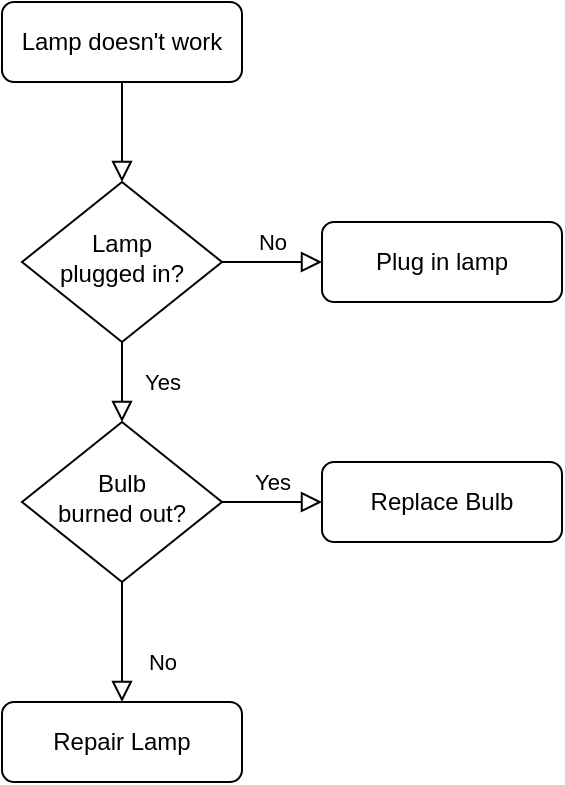
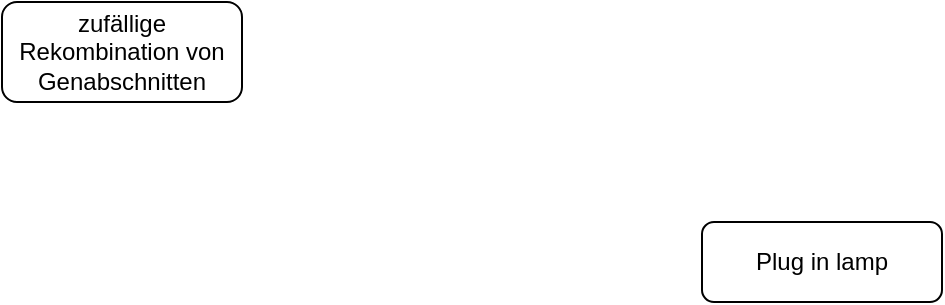
<mxfile host="app.diagrams.net">
  <diagram id="C5RBs43oDa-KdzZeNtuy" name="Page-1">
-     <mxGraphModel dx="1223" dy="898" grid="1" gridSize="10" guides="1" tooltips="1" connect="1" arrows="1" fold="1" page="1" pageScale="1" pageWidth="827" pageHeight="1169" math="0" shadow="0">
+     <mxGraphModel dx="845" dy="524" grid="1" gridSize="10" guides="1" tooltips="1" connect="1" arrows="1" fold="1" page="1" pageScale="1" pageWidth="827" pageHeight="1169" math="0" shadow="0">
      <root>
        <mxCell id="WIyWlLk6GJQsqaUBKTNV-0" />
        <mxCell id="WIyWlLk6GJQsqaUBKTNV-1" parent="WIyWlLk6GJQsqaUBKTNV-0" />
-         <mxCell id="WIyWlLk6GJQsqaUBKTNV-2" value="" style="rounded=0;html=1;jettySize=auto;orthogonalLoop=1;fontSize=11;endArrow=block;endFill=0;endSize=8;strokeWidth=1;shadow=0;labelBackgroundColor=none;edgeStyle=orthogonalEdgeStyle;" parent="WIyWlLk6GJQsqaUBKTNV-1" source="WIyWlLk6GJQsqaUBKTNV-3" target="WIyWlLk6GJQsqaUBKTNV-6" edge="1">
-           <mxGeometry relative="1" as="geometry" />
+         <mxCell id="WIyWlLk6GJQsqaUBKTNV-3" parent="WIyWlLk6GJQsqaUBKTNV-1" style="rounded=1;whiteSpace=wrap;html=1;fontSize=12;glass=0;strokeWidth=1;shadow=0;" value="&lt;div&gt;zufällige Rekombination von Genabschnitten&lt;/div&gt;" vertex="1">
+           <mxGeometry height="50" width="120" x="160" y="80" as="geometry" />
        </mxCell>
-         <mxCell id="WIyWlLk6GJQsqaUBKTNV-3" value="Lamp doesn&#39;t work" style="rounded=1;whiteSpace=wrap;html=1;fontSize=12;glass=0;strokeWidth=1;shadow=0;" parent="WIyWlLk6GJQsqaUBKTNV-1" vertex="1">
-           <mxGeometry x="160" y="80" width="120" height="40" as="geometry" />
-         </mxCell>
-         <mxCell id="WIyWlLk6GJQsqaUBKTNV-4" value="Yes" style="rounded=0;html=1;jettySize=auto;orthogonalLoop=1;fontSize=11;endArrow=block;endFill=0;endSize=8;strokeWidth=1;shadow=0;labelBackgroundColor=none;edgeStyle=orthogonalEdgeStyle;" parent="WIyWlLk6GJQsqaUBKTNV-1" source="WIyWlLk6GJQsqaUBKTNV-6" target="WIyWlLk6GJQsqaUBKTNV-10" edge="1">
-           <mxGeometry y="20" relative="1" as="geometry">
-             <mxPoint as="offset" />
-           </mxGeometry>
-         </mxCell>
-         <mxCell id="WIyWlLk6GJQsqaUBKTNV-5" value="No" style="edgeStyle=orthogonalEdgeStyle;rounded=0;html=1;jettySize=auto;orthogonalLoop=1;fontSize=11;endArrow=block;endFill=0;endSize=8;strokeWidth=1;shadow=0;labelBackgroundColor=none;" parent="WIyWlLk6GJQsqaUBKTNV-1" source="WIyWlLk6GJQsqaUBKTNV-6" target="WIyWlLk6GJQsqaUBKTNV-7" edge="1">
-           <mxGeometry y="10" relative="1" as="geometry">
-             <mxPoint as="offset" />
-           </mxGeometry>
-         </mxCell>
-         <mxCell id="WIyWlLk6GJQsqaUBKTNV-6" value="Lamp&lt;br&gt;plugged in?" style="rhombus;whiteSpace=wrap;html=1;shadow=0;fontFamily=Helvetica;fontSize=12;align=center;strokeWidth=1;spacing=6;spacingTop=-4;" parent="WIyWlLk6GJQsqaUBKTNV-1" vertex="1">
-           <mxGeometry x="170" y="170" width="100" height="80" as="geometry" />
-         </mxCell>
-         <mxCell id="WIyWlLk6GJQsqaUBKTNV-7" value="Plug in lamp" style="rounded=1;whiteSpace=wrap;html=1;fontSize=12;glass=0;strokeWidth=1;shadow=0;" parent="WIyWlLk6GJQsqaUBKTNV-1" vertex="1">
-           <mxGeometry x="320" y="190" width="120" height="40" as="geometry" />
-         </mxCell>
-         <mxCell id="WIyWlLk6GJQsqaUBKTNV-8" value="No" style="rounded=0;html=1;jettySize=auto;orthogonalLoop=1;fontSize=11;endArrow=block;endFill=0;endSize=8;strokeWidth=1;shadow=0;labelBackgroundColor=none;edgeStyle=orthogonalEdgeStyle;" parent="WIyWlLk6GJQsqaUBKTNV-1" source="WIyWlLk6GJQsqaUBKTNV-10" target="WIyWlLk6GJQsqaUBKTNV-11" edge="1">
-           <mxGeometry x="0.3333" y="20" relative="1" as="geometry">
-             <mxPoint as="offset" />
-           </mxGeometry>
-         </mxCell>
-         <mxCell id="WIyWlLk6GJQsqaUBKTNV-9" value="Yes" style="edgeStyle=orthogonalEdgeStyle;rounded=0;html=1;jettySize=auto;orthogonalLoop=1;fontSize=11;endArrow=block;endFill=0;endSize=8;strokeWidth=1;shadow=0;labelBackgroundColor=none;" parent="WIyWlLk6GJQsqaUBKTNV-1" source="WIyWlLk6GJQsqaUBKTNV-10" target="WIyWlLk6GJQsqaUBKTNV-12" edge="1">
-           <mxGeometry y="10" relative="1" as="geometry">
-             <mxPoint as="offset" />
-           </mxGeometry>
-         </mxCell>
-         <mxCell id="WIyWlLk6GJQsqaUBKTNV-10" value="Bulb&lt;br&gt;burned out?" style="rhombus;whiteSpace=wrap;html=1;shadow=0;fontFamily=Helvetica;fontSize=12;align=center;strokeWidth=1;spacing=6;spacingTop=-4;" parent="WIyWlLk6GJQsqaUBKTNV-1" vertex="1">
-           <mxGeometry x="170" y="290" width="100" height="80" as="geometry" />
-         </mxCell>
-         <mxCell id="WIyWlLk6GJQsqaUBKTNV-11" value="Repair Lamp" style="rounded=1;whiteSpace=wrap;html=1;fontSize=12;glass=0;strokeWidth=1;shadow=0;" parent="WIyWlLk6GJQsqaUBKTNV-1" vertex="1">
-           <mxGeometry x="160" y="430" width="120" height="40" as="geometry" />
-         </mxCell>
-         <mxCell id="WIyWlLk6GJQsqaUBKTNV-12" value="Replace Bulb" style="rounded=1;whiteSpace=wrap;html=1;fontSize=12;glass=0;strokeWidth=1;shadow=0;" parent="WIyWlLk6GJQsqaUBKTNV-1" vertex="1">
-           <mxGeometry x="320" y="310" width="120" height="40" as="geometry" />
+         <mxCell id="WIyWlLk6GJQsqaUBKTNV-7" parent="WIyWlLk6GJQsqaUBKTNV-1" style="rounded=1;whiteSpace=wrap;html=1;fontSize=12;glass=0;strokeWidth=1;shadow=0;" value="Plug in lamp" vertex="1">
+           <mxGeometry height="40" width="120" x="510" y="190" as="geometry" />
        </mxCell>
      </root>
    </mxGraphModel>
  </diagram>
</mxfile>
